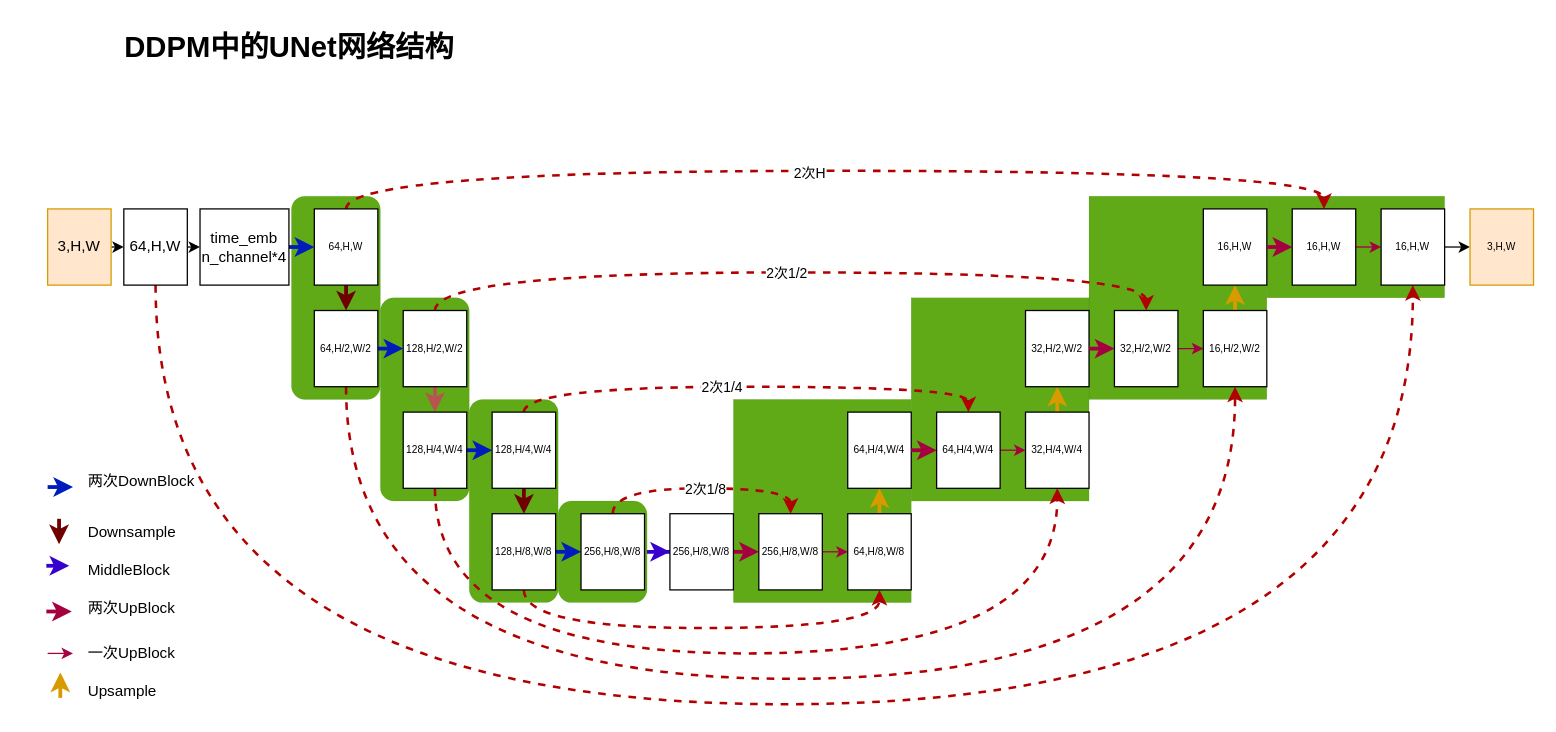
baizhu0414/Diagrams keeps this draw.io diagram as DigitalImageProcessing/DDPM-UNet.drawio. Above is the earlier version. Source tidied: cells renumbered, new cells numbered last; positions are measured from the earlier drawing's top-left corner, leaving out a move shared by most shapes. Both pictures are drawn from the tidied source at 127%, with x=0, y=0 at pixel (46, 22).
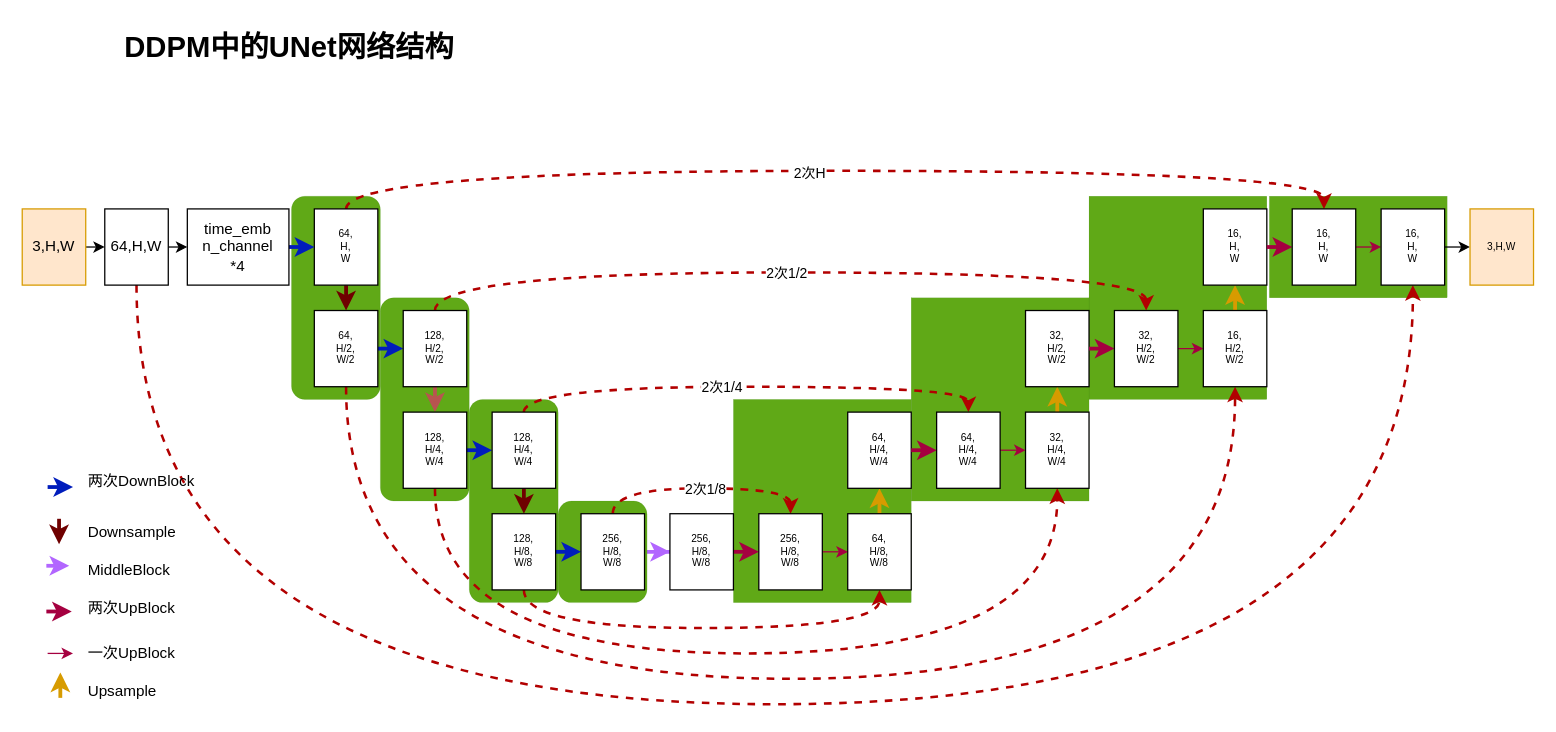
After the change.

The change refers to these unchanged cells:
```xml
<mxCell id="7" style="rounded=1;whiteSpace=wrap;html=1;dashed=1;fillColor=#60a917;fontColor=#ffffff;strokeColor=#2D7600;strokeWidth=0;" parent="1" vertex="1">
  <mxGeometry x="403" y="377" width="70" height="80" as="geometry" />
</mxCell>
```

Change to the diagram source:
```diff
@@
     <mxCell id="2" style="rounded=0;whiteSpace=wrap;html=1;dashed=1;fillColor=#60a917;fontColor=#ffffff;strokeColor=#2D7600;strokeWidth=0;" parent="1" vertex="1">
-      <mxGeometry x="961" y="137" width="140" height="80" as="geometry" />
+      <mxGeometry x="963" y="137" width="140" height="80" as="geometry" />
     </mxCell>
@@
-    <mxCell id="6" style="edgeStyle=orthogonalEdgeStyle;rounded=0;jettySize=auto;html=1;exitX=1;exitY=0.5;exitDx=0;exitDy=0;fillColor=#6a00ff;strokeColor=#3700CC;strokeWidth=3;" parent="1" edge="1" source="7" target="46">
+    <mxCell id="6" style="edgeStyle=orthogonalEdgeStyle;rounded=0;jettySize=auto;html=1;exitX=1;exitY=0.5;exitDx=0;exitDy=0;fillColor=#6a00ff;strokeColor=#B266FF;strokeWidth=3;" parent="1" edge="1" source="7" target="46">
       <mxGeometry relative="1" as="geometry" />
     </mxCell>
@@
     <mxCell id="12" value="3,H,W" style="whiteSpace=wrap;html=1;fillColor=#ffe6cc;strokeColor=#d79b00;" parent="1" vertex="1">
-      <mxGeometry x="1" y="147" width="50" height="60" as="geometry" />
+      <mxGeometry x="-19" y="147" width="50" height="60" as="geometry" />
     </mxCell>
@@
     <mxCell id="14" style="edgeStyle=orthogonalEdgeStyle;rounded=0;jettySize=auto;html=1;exitX=0.5;exitY=1;exitDx=0;exitDy=0;entryX=0.5;entryY=1;entryDx=0;entryDy=0;fillColor=#e51400;strokeColor=#B20000;strokeWidth=2;curved=1;dashed=1;" parent="1" edge="1" source="15" target="76">
       <mxGeometry relative="1" as="geometry">
         <Array as="points">
-          <mxPoint x="86" y="537" />
+          <mxPoint x="71" y="537" />
           <mxPoint x="1076" y="537" />
         </Array>
       </mxGeometry>
     </mxCell>
     <mxCell id="15" value="64,H,W" style="whiteSpace=wrap;html=1;" parent="1" vertex="1">
-      <mxGeometry x="61" y="147" width="50" height="60" as="geometry" />
+      <mxGeometry x="46" y="147" width="50" height="60" as="geometry" />
     </mxCell>
@@
-    <mxCell id="19" value="64,H,W" style="whiteSpace=wrap;html=1;fontSize=8;" parent="1" vertex="1">
+    <mxCell id="19" value="64,&lt;div&gt;H,&lt;/div&gt;&lt;div&gt;W&lt;/div&gt;" style="whiteSpace=wrap;html=1;fontSize=8;" parent="1" vertex="1">
       <mxGeometry x="211" y="147" width="50" height="60" as="geometry" />
     </mxCell>
@@
-    <mxCell id="21" value="time_emb&lt;div&gt;n_channel*4&lt;/div&gt;" style="whiteSpace=wrap;html=1;" parent="1" vertex="1">
-      <mxGeometry x="121" y="147" width="70" height="60" as="geometry" />
+    <mxCell id="21" value="time_emb&lt;div&gt;&lt;span style=&quot;background-color: transparent; color: light-dark(rgb(0, 0, 0), rgb(255, 255, 255));&quot;&gt;n_channel&lt;/span&gt;&lt;/div&gt;&lt;div&gt;&lt;span style=&quot;background-color: transparent; color: light-dark(rgb(0, 0, 0), rgb(255, 255, 255));&quot;&gt;*4&lt;/span&gt;&lt;/div&gt;" style="whiteSpace=wrap;html=1;" parent="1" vertex="1">
+      <mxGeometry x="111" y="147" width="80" height="60" as="geometry" />
     </mxCell>
@@
-    <mxCell id="26" value="64,H/2,W/2" style="whiteSpace=wrap;html=1;fontSize=8;" parent="1" vertex="1">
+    <mxCell id="26" value="64,&lt;div&gt;H/2,&lt;/div&gt;&lt;div&gt;W/2&lt;/div&gt;" style="whiteSpace=wrap;html=1;fontSize=8;" parent="1" vertex="1">
       <mxGeometry x="211" y="227" width="50" height="60" as="geometry" />
     </mxCell>
@@
-    <mxCell id="31" value="128,H/2,W/2" style="whiteSpace=wrap;html=1;fontSize=8;" parent="1" vertex="1">
+    <mxCell id="31" value="128,&lt;div&gt;H/2,&lt;/div&gt;&lt;div&gt;W/2&lt;/div&gt;" style="whiteSpace=wrap;html=1;fontSize=8;" parent="1" vertex="1">
       <mxGeometry x="281" y="227" width="50" height="60" as="geometry" />
     </mxCell>
@@
-    <mxCell id="34" value="128,H/4,W/4" style="whiteSpace=wrap;html=1;fontSize=8;" parent="1" vertex="1">
+    <mxCell id="34" value="128,&lt;div&gt;H/4,&lt;/div&gt;&lt;div&gt;W/4&lt;/div&gt;" style="whiteSpace=wrap;html=1;fontSize=8;" parent="1" vertex="1">
       <mxGeometry x="281" y="307" width="50" height="60" as="geometry" />
     </mxCell>
@@
-    <mxCell id="38" value="128,H/4,W/4" style="whiteSpace=wrap;html=1;fontSize=8;" parent="1" vertex="1">
+    <mxCell id="38" value="128,&lt;div&gt;H/4,&lt;/div&gt;&lt;div&gt;W/4&lt;/div&gt;" style="whiteSpace=wrap;html=1;fontSize=8;" parent="1" vertex="1">
       <mxGeometry x="351" y="307" width="50" height="60" as="geometry" />
     </mxCell>
@@
-    <mxCell id="41" value="128,H/8,W/8" style="whiteSpace=wrap;html=1;fontSize=8;" parent="1" vertex="1">
+    <mxCell id="41" value="128,&lt;div&gt;H/8,&lt;/div&gt;&lt;div&gt;W/8&lt;/div&gt;" style="whiteSpace=wrap;html=1;fontSize=8;" parent="1" vertex="1">
       <mxGeometry x="351" y="387" width="50" height="60" as="geometry" />
     </mxCell>
@@
-    <mxCell id="44" value="256,H/8,W/8" style="whiteSpace=wrap;html=1;fontSize=8;" parent="1" vertex="1">
+    <mxCell id="44" value="256,&lt;div&gt;H/8,&lt;/div&gt;&lt;div&gt;W/8&lt;/div&gt;" style="whiteSpace=wrap;html=1;fontSize=8;" parent="1" vertex="1">
       <mxGeometry x="421" y="387" width="50" height="60" as="geometry" />
     </mxCell>
@@
-    <mxCell id="46" value="256,H/8,W/8" style="whiteSpace=wrap;html=1;fontSize=8;" parent="1" vertex="1">
+    <mxCell id="46" value="256,&lt;div&gt;H/8,&lt;/div&gt;&lt;div&gt;W/8&lt;/div&gt;" style="whiteSpace=wrap;html=1;fontSize=8;" parent="1" vertex="1">
       <mxGeometry x="491" y="387" width="50" height="60" as="geometry" />
     </mxCell>
-    <mxCell id="47" style="edgeStyle=orthogonalEdgeStyle;rounded=0;orthogonalLoop=1;jettySize=auto;html=1;exitX=1;exitY=0.5;exitDx=0;exitDy=0;fillColor=#6a00ff;strokeColor=#3700CC;strokeWidth=3;" parent="1" edge="1">
+    <mxCell id="47" style="edgeStyle=orthogonalEdgeStyle;rounded=0;orthogonalLoop=1;jettySize=auto;html=1;exitX=1;exitY=0.5;exitDx=0;exitDy=0;fillColor=#6a00ff;strokeColor=#B266FF;strokeWidth=3;" parent="1" edge="1">
       <mxGeometry relative="1" as="geometry">
         <mxPoint y="428" as="sourcePoint" />
         <mxPoint x="18" y="428" as="targetPoint" />
       </mxGeometry>
     </mxCell>
@@
-    <mxCell id="50" value="256,H/8,W/8" style="whiteSpace=wrap;html=1;fontSize=8;" parent="1" vertex="1">
+    <mxCell id="50" value="256,&lt;div&gt;H/8,&lt;/div&gt;&lt;div&gt;W/8&lt;/div&gt;" style="whiteSpace=wrap;html=1;fontSize=8;" parent="1" vertex="1">
       <mxGeometry x="561" y="387" width="50" height="60" as="geometry" />
     </mxCell>
@@
-    <mxCell id="54" value="64,H/8,W/8" style="whiteSpace=wrap;html=1;fontSize=8;" parent="1" vertex="1">
+    <mxCell id="54" value="64,&lt;div&gt;H/8,&lt;/div&gt;&lt;div&gt;W/8&lt;/div&gt;" style="whiteSpace=wrap;html=1;fontSize=8;" parent="1" vertex="1">
       <mxGeometry x="631" y="387" width="50" height="60" as="geometry" />
     </mxCell>
@@
-    <mxCell id="57" value="64,H/4,W/4" style="whiteSpace=wrap;html=1;fontSize=8;" parent="1" vertex="1">
+    <mxCell id="57" value="64,&lt;div&gt;H/4,&lt;/div&gt;&lt;div&gt;W/4&lt;/div&gt;" style="whiteSpace=wrap;html=1;fontSize=8;" parent="1" vertex="1">
       <mxGeometry x="631" y="307" width="50" height="60" as="geometry" />
     </mxCell>
@@
-    <mxCell id="62" value="64,H/4,W/4" style="whiteSpace=wrap;html=1;fontSize=8;" parent="1" vertex="1">
+    <mxCell id="62" value="64,&lt;div&gt;H/4,&lt;/div&gt;&lt;div&gt;W/4&lt;/div&gt;" style="whiteSpace=wrap;html=1;fontSize=8;" parent="1" vertex="1">
       <mxGeometry x="701" y="307" width="50" height="60" as="geometry" />
     </mxCell>
@@
-    <mxCell id="64" value="32,H/4,W/4" style="whiteSpace=wrap;html=1;fontSize=8;" parent="1" vertex="1">
+    <mxCell id="64" value="32,&lt;div&gt;H/4,&lt;/div&gt;&lt;div&gt;W/4&lt;/div&gt;" style="whiteSpace=wrap;html=1;fontSize=8;" parent="1" vertex="1">
       <mxGeometry x="771" y="307" width="50" height="60" as="geometry" />
     </mxCell>
-    <mxCell id="65" value="32,H/2,W/2" style="whiteSpace=wrap;html=1;fontSize=8;" parent="1" vertex="1">
+    <mxCell id="65" value="32,&lt;div&gt;H/2,&lt;/div&gt;&lt;div&gt;W/2&lt;/div&gt;" style="whiteSpace=wrap;html=1;fontSize=8;" parent="1" vertex="1">
       <mxGeometry x="771" y="227" width="50" height="60" as="geometry" />
     </mxCell>
@@
-    <mxCell id="68" value="32,H/2,W/2" style="whiteSpace=wrap;html=1;fontSize=8;" parent="1" vertex="1">
+    <mxCell id="68" value="32,&lt;div&gt;H/2,&lt;/div&gt;&lt;div&gt;W/2&lt;/div&gt;" style="whiteSpace=wrap;html=1;fontSize=8;" parent="1" vertex="1">
       <mxGeometry x="841" y="227" width="50" height="60" as="geometry" />
     </mxCell>
@@
-    <mxCell id="70" value="16,H/2,W/2" style="whiteSpace=wrap;html=1;fontSize=8;" parent="1" vertex="1">
+    <mxCell id="70" value="16,&lt;div&gt;H/2,&lt;/div&gt;&lt;div&gt;W/2&lt;/div&gt;" style="whiteSpace=wrap;html=1;fontSize=8;" parent="1" vertex="1">
       <mxGeometry x="911" y="227" width="50" height="60" as="geometry" />
     </mxCell>
-    <mxCell id="71" value="16,H,W" style="whiteSpace=wrap;html=1;fontSize=8;" parent="1" vertex="1">
+    <mxCell id="71" value="16,&lt;div&gt;H,&lt;/div&gt;&lt;div&gt;W&lt;/div&gt;" style="whiteSpace=wrap;html=1;fontSize=8;" parent="1" vertex="1">
       <mxGeometry x="911" y="147" width="50" height="60" as="geometry" />
     </mxCell>
@@
-    <mxCell id="74" value="16,H,W" style="whiteSpace=wrap;html=1;fontSize=8;" parent="1" vertex="1">
+    <mxCell id="74" value="16,&lt;div&gt;H,&lt;/div&gt;&lt;div&gt;W&lt;/div&gt;" style="whiteSpace=wrap;html=1;fontSize=8;" parent="1" vertex="1">
       <mxGeometry x="981" y="147" width="50" height="60" as="geometry" />
     </mxCell>
@@
-    <mxCell id="76" value="16,H,W" style="whiteSpace=wrap;html=1;fontSize=8;" parent="1" vertex="1">
+    <mxCell id="76" value="16,&lt;div&gt;H,&lt;/div&gt;&lt;div&gt;W&lt;/div&gt;" style="whiteSpace=wrap;html=1;fontSize=8;" parent="1" vertex="1">
       <mxGeometry x="1051" y="147" width="50" height="60" as="geometry" />
     </mxCell>
```
